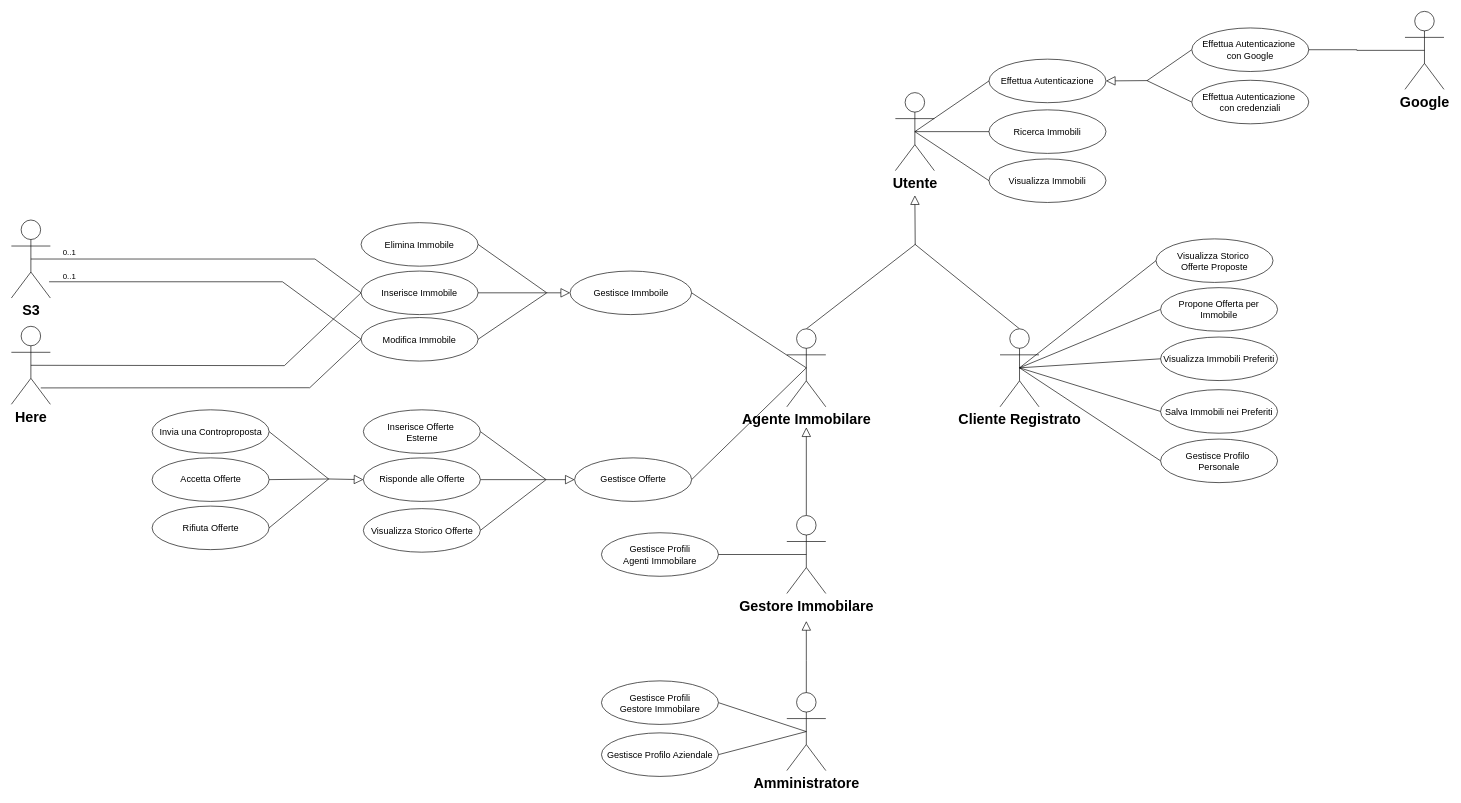
This is page "v.1.2" (3 of 3) of documentazione/use-case.drawio from Lucalorenzo004/DietiEstates25, a draw.io file, before an edit. Source tidied: cells renumbered, new cells numbered last; positions are measured from the earlier drawing's top-left corner, leaving out a move shared by most shapes. Both pictures are drawn from the tidied source at 65%, with x=0, y=0 at pixel (11, 11).
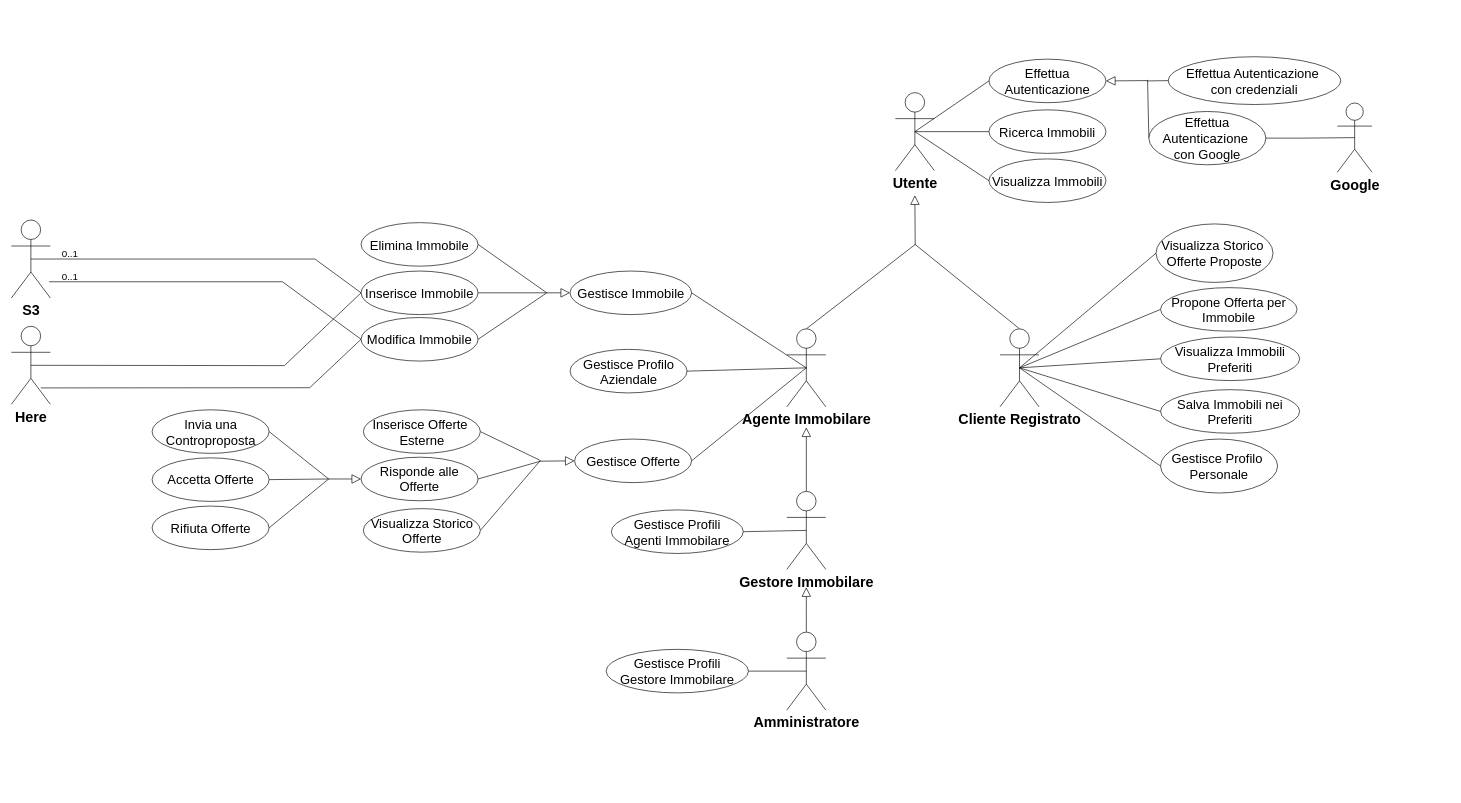
The same page after the edit.

Unchanged cells that the change refers to:
```xml
<mxCell id="9" value="Agente Immobilare" style="shape=umlActor;verticalLabelPosition=bottom;verticalAlign=top;html=1;fontSize=22;fontStyle=1;" parent="1" vertex="1">
  <mxGeometry x="1193" y="488.4" width="60" height="120" as="geometry" />
</mxCell>
<mxCell id="53" style="ellipse;whiteSpace=wrap;html=1;fontFamily=Helvetica;fontSize=11;fontColor=default;labelBackgroundColor=default;" parent="1" vertex="1">
  <mxGeometry x="1390" y="358" width="1" height="1" as="geometry" />
</mxCell>
```

The edit, as a diff of the source:
```diff
@@
     <mxCell id="3" value="&lt;font style=&quot;font-size: 22px;&quot;&gt;&lt;b&gt;Amministratore&lt;/b&gt;&lt;/font&gt;" style="shape=umlActor;verticalLabelPosition=bottom;verticalAlign=top;html=1;" parent="1" vertex="1">
-      <mxGeometry x="1193" y="1048" width="60" height="120" as="geometry" />
+      <mxGeometry x="1193" y="955" width="60" height="120" as="geometry" />
     </mxCell>
@@
-    <mxCell id="8" style="edgeStyle=none;shape=connector;rounded=0;jettySize=auto;html=1;exitX=0.5;exitY=0;exitDx=0;exitDy=0;exitPerimeter=0;strokeColor=default;align=center;verticalAlign=middle;fontFamily=Helvetica;fontSize=11;fontColor=default;labelBackgroundColor=default;endArrow=none;endFill=0;entryX=0;entryY=1;entryDx=0;entryDy=0;" parent="1" edge="1" source="9" target="53">
+    <mxCell id="8" style="edgeStyle=none;shape=connector;rounded=0;jettySize=auto;html=1;strokeColor=default;align=center;verticalAlign=middle;fontFamily=Helvetica;fontSize=11;fontColor=default;labelBackgroundColor=default;endArrow=none;endFill=0;entryX=0;entryY=1;entryDx=0;entryDy=0;exitX=0.5;exitY=0;exitDx=0;exitDy=0;exitPerimeter=0;" parent="1" edge="1" source="9" target="53">
       <mxGeometry relative="1" as="geometry" />
     </mxCell>
@@
     <mxCell id="11" value="&lt;font style=&quot;font-size: 22px;&quot;&gt;&lt;b&gt;Gestore Immobilare&lt;/b&gt;&lt;/font&gt;" style="shape=umlActor;verticalLabelPosition=bottom;verticalAlign=top;html=1;" parent="1" vertex="1">
-      <mxGeometry x="1193" y="775.6" width="60" height="120" as="geometry" />
+      <mxGeometry x="1193" y="738.5" width="60" height="120" as="geometry" />
     </mxCell>
-    <mxCell id="12" value="Propone Offerta per Immobile" style="ellipse;html=1;whiteSpace=wrap;fontSize=14;" parent="1" vertex="1">
-      <mxGeometry x="1768" y="425" width="180" height="67" as="geometry" />
+    <mxCell id="12" value="&lt;font style=&quot;font-size: 20px;&quot;&gt;Propone Offerta per Immobile&lt;/font&gt;" style="ellipse;html=1;whiteSpace=wrap;fontSize=14;" parent="1" vertex="1">
+      <mxGeometry x="1768" y="425" width="210" height="67" as="geometry" />
     </mxCell>
-    <mxCell id="13" value="Gestisce Immboile" style="ellipse;html=1;whiteSpace=wrap;fontSize=14;" parent="1" vertex="1">
+    <mxCell id="13" value="&lt;font style=&quot;font-size: 20px;&quot;&gt;Gestisce Immobile&lt;/font&gt;" style="ellipse;html=1;whiteSpace=wrap;fontSize=14;" parent="1" vertex="1">
       <mxGeometry x="859.5" y="399.5" width="187" height="67" as="geometry" />
     </mxCell>
-    <mxCell id="14" value="Gestisce Offerte" style="ellipse;html=1;whiteSpace=wrap;fontSize=14;" parent="1" vertex="1">
-      <mxGeometry x="866.5" y="686.9" width="180" height="67" as="geometry" />
+    <mxCell id="14" value="&lt;font style=&quot;font-size: 20px;&quot;&gt;Gestisce Offerte&lt;/font&gt;" style="ellipse;html=1;whiteSpace=wrap;fontSize=14;" parent="1" vertex="1">
+      <mxGeometry x="866.5" y="658" width="180" height="67" as="geometry" />
     </mxCell>
     <mxCell id="15" style="edgeStyle=orthogonalEdgeStyle;shape=connector;rounded=0;jettySize=auto;html=1;exitX=0.5;exitY=0;exitDx=0;exitDy=0;exitPerimeter=0;labelBackgroundColor=default;strokeColor=default;align=center;verticalAlign=middle;fontFamily=Helvetica;fontSize=11;fontColor=default;endArrow=block;endFill=0;endSize=12;" parent="1" edge="1" source="3">
       <mxGeometry relative="1" as="geometry">
-        <mxPoint x="1223" y="938" as="targetPoint" />
+        <mxPoint x="1223" y="886" as="targetPoint" />
       </mxGeometry>
     </mxCell>
@@
-    <mxCell id="18" value="Ricerca Immobili" style="ellipse;html=1;whiteSpace=wrap;fontSize=14;" parent="1" vertex="1">
+    <mxCell id="18" value="&lt;font style=&quot;font-size: 20px;&quot;&gt;Ricerca Immobili&lt;/font&gt;" style="ellipse;html=1;whiteSpace=wrap;fontSize=14;" parent="1" vertex="1">
       <mxGeometry x="1504" y="151.5" width="180" height="67" as="geometry" />
     </mxCell>
-    <mxCell id="19" value="Visualizza Immobili" style="ellipse;html=1;whiteSpace=wrap;fontSize=14;" parent="1" vertex="1">
+    <mxCell id="19" value="&lt;font style=&quot;font-size: 20px;&quot;&gt;Visualizza Immobili&lt;/font&gt;" style="ellipse;html=1;whiteSpace=wrap;fontSize=14;" parent="1" vertex="1">
       <mxGeometry x="1504" y="227" width="180" height="67" as="geometry" />
     </mxCell>
@@
-    <mxCell id="23" value="Effettua Autenticazione" style="ellipse;html=1;whiteSpace=wrap;fontSize=14;" parent="1" vertex="1">
+    <mxCell id="23" value="&lt;font style=&quot;font-size: 20px;&quot;&gt;Effettua Autenticazione&lt;/font&gt;" style="ellipse;html=1;whiteSpace=wrap;fontSize=14;" parent="1" vertex="1">
       <mxGeometry x="1504" y="73.5" width="180" height="67" as="geometry" />
     </mxCell>
@@
-    <mxCell id="25" value="Effettua Autenticazione&amp;nbsp;&lt;div style=&quot;font-size: 14px;&quot;&gt;con Google&lt;/div&gt;" style="ellipse;html=1;whiteSpace=wrap;fontSize=14;" parent="1" vertex="1">
-      <mxGeometry x="1816" y="25.5" width="180" height="67" as="geometry" />
+    <mxCell id="25" value="&lt;font style=&quot;font-size: 20px;&quot;&gt;Effettua Autenticazione&amp;nbsp;&lt;/font&gt;&lt;div style=&quot;&quot;&gt;&lt;font style=&quot;font-size: 20px;&quot;&gt;con Google&lt;/font&gt;&lt;/div&gt;" style="ellipse;html=1;whiteSpace=wrap;fontSize=14;" parent="1" vertex="1">
+      <mxGeometry x="1750" y="154" width="180" height="82" as="geometry" />
     </mxCell>
@@
-    <mxCell id="27" value="Effettua Autenticazione&amp;nbsp;&lt;div style=&quot;font-size: 14px;&quot;&gt;con credenziali&lt;/div&gt;" style="ellipse;html=1;whiteSpace=wrap;fontSize=14;" parent="1" vertex="1">
-      <mxGeometry x="1816" y="106" width="180" height="67" as="geometry" />
+    <mxCell id="27" value="&lt;font style=&quot;font-size: 20px;&quot;&gt;Effettua Autenticazione&amp;nbsp;&lt;/font&gt;&lt;div style=&quot;&quot;&gt;&lt;font style=&quot;font-size: 20px;&quot;&gt;con credenziali&lt;/font&gt;&lt;/div&gt;" style="ellipse;html=1;whiteSpace=wrap;fontSize=14;" parent="1" vertex="1">
+      <mxGeometry x="1780" y="69.8" width="265" height="73.5" as="geometry" />
     </mxCell>
     <mxCell id="28" value="Google" style="shape=umlActor;verticalLabelPosition=bottom;verticalAlign=top;html=1;fontSize=22;fontStyle=1;" parent="1" vertex="1">
-      <mxGeometry x="2144" width="60" height="120" as="geometry" />
+      <mxGeometry x="2040" y="141" width="53.2" height="106.5" as="geometry" />
     </mxCell>
@@
-    <mxCell id="31" value="Visualizza Storico&amp;nbsp;&lt;div style=&quot;font-size: 14px;&quot;&gt;Offerte Proposte&lt;/div&gt;" style="ellipse;html=1;whiteSpace=wrap;fontSize=14;" parent="1" vertex="1">
-      <mxGeometry x="1761" y="350" width="180" height="67" as="geometry" />
+    <mxCell id="31" value="&lt;font style=&quot;font-size: 20px;&quot;&gt;Visualizza Storico&amp;nbsp;&lt;/font&gt;&lt;div style=&quot;&quot;&gt;&lt;font style=&quot;font-size: 20px;&quot;&gt;Offerte Proposte&lt;/font&gt;&lt;/div&gt;" style="ellipse;html=1;whiteSpace=wrap;fontSize=14;" parent="1" vertex="1">
+      <mxGeometry x="1761" y="327" width="180" height="90" as="geometry" />
     </mxCell>
-    <mxCell id="32" style="edgeStyle=none;shape=connector;rounded=0;jettySize=auto;html=1;exitX=1;exitY=0.5;exitDx=0;exitDy=0;entryX=0.5;entryY=0;entryDx=0;entryDy=0;strokeColor=default;align=center;verticalAlign=middle;fontFamily=Helvetica;fontSize=14;fontColor=default;labelBackgroundColor=default;endArrow=none;endFill=0;" parent="1" edge="1" source="33" target="48">
-      <mxGeometry relative="1" as="geometry" />
+    <mxCell id="32" style="edgeStyle=none;shape=connector;rounded=0;jettySize=auto;html=1;exitX=1;exitY=0.5;exitDx=0;exitDy=0;strokeColor=default;align=center;verticalAlign=middle;fontFamily=Helvetica;fontSize=14;fontColor=default;labelBackgroundColor=default;endArrow=none;endFill=0;" parent="1" edge="1" source="33">
+      <mxGeometry relative="1" as="geometry">
+        <mxPoint x="814" y="691" as="targetPoint" />
+      </mxGeometry>
     </mxCell>
-    <mxCell id="33" value="Inserisce Offerte&amp;nbsp;&lt;div style=&quot;font-size: 14px;&quot;&gt;Esterne&lt;/div&gt;" style="ellipse;html=1;whiteSpace=wrap;fontSize=14;" parent="1" vertex="1">
+    <mxCell id="33" value="&lt;font style=&quot;font-size: 20px;&quot;&gt;Inserisce Offerte&amp;nbsp;&lt;/font&gt;&lt;div style=&quot;&quot;&gt;&lt;font style=&quot;font-size: 20px;&quot;&gt;Esterne&lt;/font&gt;&lt;/div&gt;" style="ellipse;html=1;whiteSpace=wrap;fontSize=14;" parent="1" vertex="1">
       <mxGeometry x="541.5" y="613" width="180" height="67" as="geometry" />
     </mxCell>
@@
-    <mxCell id="35" value="Accetta Offerte" style="ellipse;html=1;whiteSpace=wrap;fontSize=14;" parent="1" vertex="1">
+    <mxCell id="35" value="&lt;font style=&quot;font-size: 20px;&quot;&gt;Accetta Offerte&lt;/font&gt;" style="ellipse;html=1;whiteSpace=wrap;fontSize=14;" parent="1" vertex="1">
       <mxGeometry x="216.5" y="686.9" width="180" height="67" as="geometry" />
     </mxCell>
-    <mxCell id="36" style="edgeStyle=none;shape=connector;rounded=0;jettySize=auto;html=1;exitX=1;exitY=0.5;exitDx=0;exitDy=0;entryX=0.5;entryY=1;entryDx=0;entryDy=0;strokeColor=default;align=center;verticalAlign=middle;fontFamily=Helvetica;fontSize=14;fontColor=default;labelBackgroundColor=default;endArrow=none;endFill=0;" parent="1" edge="1" source="37" target="48">
-      <mxGeometry relative="1" as="geometry" />
+    <mxCell id="36" style="edgeStyle=none;shape=connector;rounded=0;jettySize=auto;html=1;exitX=1;exitY=0.5;exitDx=0;exitDy=0;strokeColor=default;align=center;verticalAlign=middle;fontFamily=Helvetica;fontSize=14;fontColor=default;labelBackgroundColor=default;endArrow=none;endFill=0;" parent="1" edge="1" source="37">
+      <mxGeometry relative="1" as="geometry">
+        <mxPoint x="813" y="692" as="targetPoint" />
+      </mxGeometry>
     </mxCell>
-    <mxCell id="37" value="Visualizza Storico Offerte" style="ellipse;html=1;whiteSpace=wrap;fontSize=14;" parent="1" vertex="1">
+    <mxCell id="37" value="&lt;font style=&quot;font-size: 20px;&quot;&gt;Visualizza Storico Offerte&lt;/font&gt;" style="ellipse;html=1;whiteSpace=wrap;fontSize=14;" parent="1" vertex="1">
       <mxGeometry x="541.5" y="765" width="180" height="67" as="geometry" />
     </mxCell>
@@
-    <mxCell id="40" value="Visualizza Immobili Preferiti" style="ellipse;html=1;whiteSpace=wrap;fontSize=14;" parent="1" vertex="1">
-      <mxGeometry x="1768" y="501" width="180" height="67" as="geometry" />
+    <mxCell id="40" value="&lt;font style=&quot;font-size: 20px;&quot;&gt;Visualizza Immobili Preferiti&lt;/font&gt;" style="ellipse;html=1;whiteSpace=wrap;fontSize=14;" parent="1" vertex="1">
+      <mxGeometry x="1768" y="501" width="214" height="67" as="geometry" />
     </mxCell>
@@
-    <mxCell id="42" style="edgeStyle=none;shape=connector;rounded=0;jettySize=auto;html=1;exitX=1;exitY=0.5;exitDx=0;exitDy=0;strokeColor=default;align=center;verticalAlign=middle;fontFamily=Helvetica;fontSize=14;fontColor=default;labelBackgroundColor=default;endArrow=none;endFill=0;entryX=0;entryY=0.5;entryDx=0;entryDy=0;" parent="1" edge="1" source="43" target="48">
-      <mxGeometry relative="1" as="geometry" />
+    <mxCell id="42" style="edgeStyle=none;shape=connector;rounded=0;jettySize=auto;html=1;exitX=1;exitY=0.5;exitDx=0;exitDy=0;strokeColor=default;align=center;verticalAlign=middle;fontFamily=Helvetica;fontSize=14;fontColor=default;labelBackgroundColor=default;endArrow=none;endFill=0;" parent="1" edge="1" source="43">
+      <mxGeometry relative="1" as="geometry">
+        <mxPoint x="814" y="692" as="targetPoint" />
+      </mxGeometry>
     </mxCell>
-    <mxCell id="43" value="Risponde alle Offerte" style="ellipse;html=1;whiteSpace=wrap;fontSize=14;" parent="1" vertex="1">
-      <mxGeometry x="541.5" y="686.9" width="180" height="67" as="geometry" />
+    <mxCell id="43" value="&lt;font style=&quot;font-size: 20px;&quot;&gt;Risponde alle Offerte&lt;/font&gt;" style="ellipse;html=1;whiteSpace=wrap;fontSize=14;" parent="1" vertex="1">
+      <mxGeometry x="538" y="685.9" width="180" height="67" as="geometry" />
     </mxCell>
-    <mxCell id="44" value="Salva Immobili nei Preferiti" style="ellipse;html=1;whiteSpace=wrap;fontSize=14;" parent="1" vertex="1">
-      <mxGeometry x="1768" y="582" width="180" height="67" as="geometry" />
+    <mxCell id="44" value="&lt;font style=&quot;font-size: 20px;&quot;&gt;Salva Immobili nei Preferiti&lt;/font&gt;" style="ellipse;html=1;whiteSpace=wrap;fontSize=14;" parent="1" vertex="1">
+      <mxGeometry x="1768" y="582" width="214" height="67" as="geometry" />
     </mxCell>
@@
-    <mxCell id="46" value="Gestisce Profilo&amp;nbsp;&lt;div&gt;Personale&lt;/div&gt;" style="ellipse;html=1;whiteSpace=wrap;fontSize=14;" parent="1" vertex="1">
-      <mxGeometry x="1768" y="658" width="180" height="67" as="geometry" />
+    <mxCell id="46" value="&lt;font style=&quot;font-size: 20px;&quot;&gt;Gestisce Profilo&amp;nbsp;&lt;/font&gt;&lt;div&gt;&lt;font style=&quot;font-size: 20px;&quot;&gt;Personale&lt;/font&gt;&lt;/div&gt;" style="ellipse;html=1;whiteSpace=wrap;fontSize=14;" parent="1" vertex="1">
+      <mxGeometry x="1768" y="658" width="180" height="83" as="geometry" />
     </mxCell>
-    <mxCell id="47" style="edgeStyle=none;shape=connector;rounded=0;jettySize=auto;html=1;entryX=0;entryY=0.5;entryDx=0;entryDy=0;strokeColor=default;align=center;verticalAlign=middle;fontFamily=Helvetica;fontSize=14;fontColor=default;labelBackgroundColor=default;endArrow=block;endFill=0;endSize=12;exitX=1;exitY=0.5;exitDx=0;exitDy=0;" parent="1" edge="1" source="48" target="14">
-      <mxGeometry relative="1" as="geometry" />
+    <mxCell id="47" style="edgeStyle=none;shape=connector;rounded=0;jettySize=auto;html=1;entryX=0;entryY=0.5;entryDx=0;entryDy=0;strokeColor=default;align=center;verticalAlign=middle;fontFamily=Helvetica;fontSize=14;fontColor=default;labelBackgroundColor=default;endArrow=block;endFill=0;endSize=12;" parent="1" edge="1" target="14">
+      <mxGeometry relative="1" as="geometry">
+        <mxPoint x="813" y="692" as="sourcePoint" />
+      </mxGeometry>
     </mxCell>
-    <mxCell id="48" style="ellipse;whiteSpace=wrap;html=1;fontFamily=Helvetica;fontSize=14;fontColor=default;labelBackgroundColor=default;" parent="1" vertex="1">
-      <mxGeometry x="821.5" y="719.9" width="1" height="1" as="geometry" />
-    </mxCell>
@@
-    <mxCell id="55" value="Invia una Controproposta" style="ellipse;html=1;whiteSpace=wrap;fontSize=14;" parent="1" vertex="1">
+    <mxCell id="55" value="&lt;font style=&quot;font-size: 20px;&quot;&gt;Invia una Controproposta&lt;/font&gt;" style="ellipse;html=1;whiteSpace=wrap;fontSize=14;" parent="1" vertex="1">
       <mxGeometry x="216.5" y="613" width="180" height="67" as="geometry" />
     </mxCell>
@@
-    <mxCell id="57" value="Rifiuta Offerte" style="ellipse;html=1;whiteSpace=wrap;fontSize=14;" parent="1" vertex="1">
+    <mxCell id="57" value="&lt;font style=&quot;font-size: 20px;&quot;&gt;Rifiuta Offerte&lt;/font&gt;" style="ellipse;html=1;whiteSpace=wrap;fontSize=14;" parent="1" vertex="1">
       <mxGeometry x="216.5" y="761.1" width="180" height="67" as="geometry" />
     </mxCell>
@@
-    <mxCell id="60" value="Inserisce Immobile" style="ellipse;html=1;whiteSpace=wrap;fontSize=14;" parent="1" vertex="1">
+    <mxCell id="60" value="&lt;font style=&quot;font-size: 20px;&quot;&gt;Inserisce Immobile&lt;/font&gt;" style="ellipse;html=1;whiteSpace=wrap;fontSize=14;" parent="1" vertex="1">
       <mxGeometry x="538" y="399.5" width="180" height="67" as="geometry" />
     </mxCell>
@@
-    <mxCell id="62" value="Modifica Immobile" style="ellipse;html=1;whiteSpace=wrap;fontSize=14;" parent="1" vertex="1">
+    <mxCell id="62" value="&lt;font style=&quot;font-size: 20px;&quot;&gt;Modifica Immobile&lt;/font&gt;" style="ellipse;html=1;whiteSpace=wrap;fontSize=14;" parent="1" vertex="1">
       <mxGeometry x="538" y="471" width="180" height="67" as="geometry" />
     </mxCell>
-    <mxCell id="63" value="Elimina Immobile" style="ellipse;html=1;whiteSpace=wrap;fontSize=14;" parent="1" vertex="1">
+    <mxCell id="63" value="&lt;font style=&quot;font-size: 20px;&quot;&gt;Elimina Immobile&lt;/font&gt;" style="ellipse;html=1;whiteSpace=wrap;fontSize=14;" parent="1" vertex="1">
       <mxGeometry x="538" y="325" width="180" height="67" as="geometry" />
     </mxCell>
@@
-    <mxCell id="70" value="Gestisce Profili&lt;br style=&quot;font-size: 14px;&quot;&gt;Agenti Immobilare" style="ellipse;html=1;whiteSpace=wrap;fontSize=14;" parent="1" vertex="1">
-      <mxGeometry x="907.8" y="802.1" width="180" height="67" as="geometry" />
+    <mxCell id="70" value="&lt;font style=&quot;font-size: 20px;&quot;&gt;Gestisce Profili&lt;br style=&quot;&quot;&gt;Agenti Immobilare&lt;/font&gt;" style="ellipse;html=1;whiteSpace=wrap;fontSize=14;" parent="1" vertex="1">
+      <mxGeometry x="923" y="767" width="203" height="67" as="geometry" />
     </mxCell>
@@
-    <mxCell id="72" value="Gestisce Profili&lt;br style=&quot;font-size: 14px;&quot;&gt;Gestore Immobilare" style="ellipse;html=1;whiteSpace=wrap;fontSize=14;" parent="1" vertex="1">
-      <mxGeometry x="907.8" y="1030" width="180" height="67" as="geometry" />
+    <mxCell id="72" value="&lt;font style=&quot;font-size: 20px;&quot;&gt;Gestisce Profili&lt;br style=&quot;&quot;&gt;Gestore Immobilare&lt;/font&gt;" style="ellipse;html=1;whiteSpace=wrap;fontSize=14;" parent="1" vertex="1">
+      <mxGeometry x="915" y="981.5" width="219" height="67" as="geometry" />
     </mxCell>
-    <mxCell id="73" value="Gestisce Profilo Aziendale" style="ellipse;html=1;whiteSpace=wrap;fontSize=14;" parent="1" vertex="1">
-      <mxGeometry x="907.8" y="1110" width="180" height="67" as="geometry" />
+    <mxCell id="73" value="&lt;font style=&quot;font-size: 20px;&quot;&gt;Gestisce Profilo Aziendale&lt;/font&gt;" style="ellipse;html=1;whiteSpace=wrap;fontSize=14;" parent="1" vertex="1">
+      <mxGeometry x="859.5" y="520" width="180" height="67" as="geometry" />
     </mxCell>
-    <mxCell id="74" style="endArrow=none;html=1;rounded=0;exitX=1;exitY=0.5;exitDx=0;exitDy=0;entryX=0.5;entryY=0.5;entryDx=0;entryDy=0;entryPerimeter=0;" parent="1" edge="1" source="73" target="3">
+    <mxCell id="74" style="endArrow=none;html=1;rounded=0;exitX=1;exitY=0.5;exitDx=0;exitDy=0;entryX=0.5;entryY=0.5;entryDx=0;entryDy=0;entryPerimeter=0;" parent="1" edge="1" source="73" target="9">
       <mxGeometry relative="1" as="geometry" />
     </mxCell>
@@
-    <mxCell id="77" value="0..1" style="text;html=1;align=center;verticalAlign=middle;strokeColor=none;fillColor=none;" parent="1" vertex="1">
-      <mxGeometry x="70" y="359" width="38" height="26" as="geometry" />
+    <mxCell id="77" value="&lt;font style=&quot;font-size: 15px;&quot;&gt;0..1&lt;/font&gt;" style="text;html=1;align=center;verticalAlign=middle;strokeColor=none;fillColor=none;" parent="1" vertex="1">
+      <mxGeometry x="68" y="357" width="43" height="30" as="geometry" />
     </mxCell>
-    <mxCell id="78" value="0..1" style="text;html=1;align=center;verticalAlign=middle;strokeColor=none;fillColor=none;" parent="1" vertex="1">
-      <mxGeometry x="70" y="395" width="38" height="26" as="geometry" />
+    <mxCell id="78" value="&lt;font style=&quot;font-size: 15px;&quot;&gt;0..1&lt;/font&gt;" style="text;html=1;align=center;verticalAlign=middle;strokeColor=none;fillColor=none;" parent="1" vertex="1">
+      <mxGeometry x="68" y="393" width="43" height="30" as="geometry" />
     </mxCell>
```
